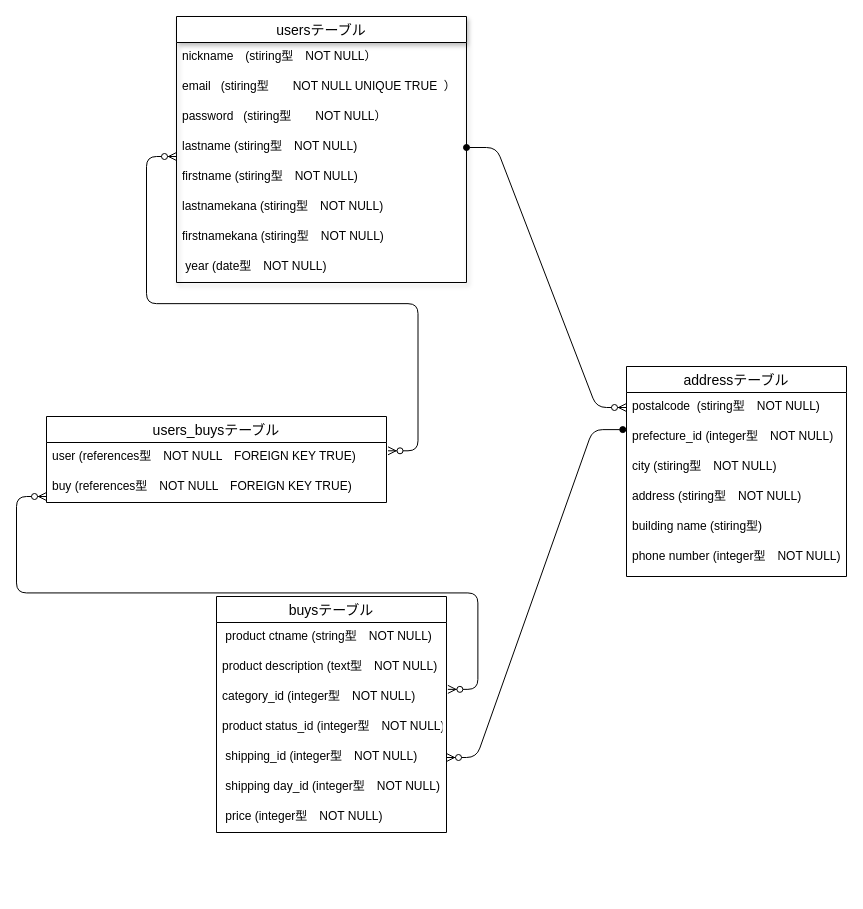
Above: app/views/happy.dio in Akiyoshi7922/furima-35424 (draw.io), before the change. Source tidied: cells renumbered, new cells numbered last; positions are measured from the earlier drawing's top-left corner, leaving out a move shared by most shapes. Both pictures are drawn from the tidied source at 100%, with x=0, y=0 at pixel (46, 16).
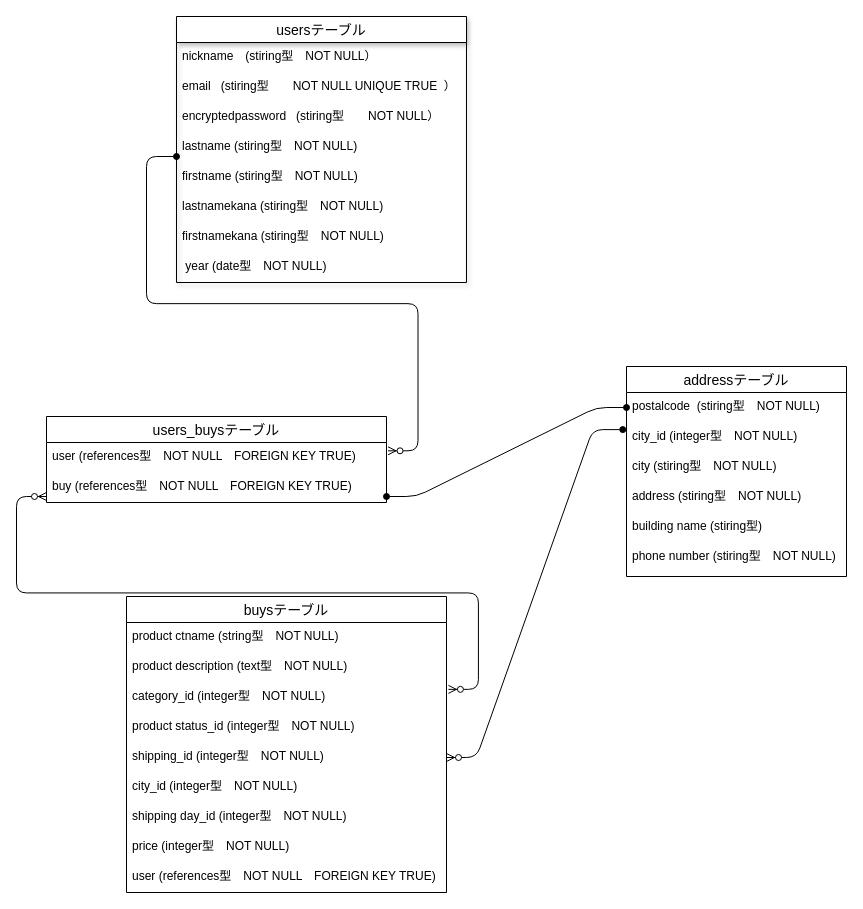
The same diagram, later.

Commit message (it also covers changes not shown here):
修正しました！

The change refers to these unchanged cells:
```xml
<mxCell id="2" value="usersテーブル" style="swimlane;fontStyle=0;horizontal=1;startSize=26;align=center;fontSize=14;shadow=1;" parent="1" vertex="1">
  <mxGeometry x="130" width="290" height="266" as="geometry" />
</mxCell>
<mxCell id="6" value="lastname (stiring型　NOT NULL)&#10;" style="text;strokeColor=none;fillColor=none;spacingLeft=4;spacingRight=4;overflow=hidden;points=[[0,0.5],[1,0.5]];portConstraint=eastwest;fontSize=12;fontStyle=0;" parent="2" vertex="1">
  <mxGeometry y="116" width="290" height="30" as="geometry" />
</mxCell>
<mxCell id="21" value="addressテーブル" style="swimlane;fontStyle=0;horizontal=1;startSize=26;align=center;fontSize=14;" parent="1" vertex="1">
  <mxGeometry x="580" y="350" width="220" height="210" as="geometry" />
</mxCell>
```

The edit, as a diff of the source:
```diff
@@
-    <mxCell id="5" value="password   (stiring型　　NOT NULL）&#10;" style="text;strokeColor=none;fillColor=none;spacingLeft=4;spacingRight=4;overflow=hidden;fontSize=12;fontStyle=0;" parent="2" vertex="1">
+    <mxCell id="5" value="encryptedpassword   (stiring型　　NOT NULL）&#10;" style="text;strokeColor=none;fillColor=none;spacingLeft=4;spacingRight=4;overflow=hidden;fontSize=12;fontStyle=0;" parent="2" vertex="1">
       <mxGeometry y="86" width="290" height="30" as="geometry" />
     </mxCell>
@@
     <mxCell id="11" value="buysテーブル" style="swimlane;fontStyle=0;horizontal=1;startSize=26;align=center;fontSize=14;" parent="1" vertex="1">
-      <mxGeometry x="170" y="580" width="230" height="236" as="geometry" />
+      <mxGeometry x="80" y="580" width="320" height="296" as="geometry" />
     </mxCell>
-    <mxCell id="12" value=" product ctname (string型　NOT NULL)" style="text;strokeColor=none;fillColor=none;spacingLeft=4;spacingRight=4;overflow=hidden;fontSize=12;" parent="11" vertex="1">
-      <mxGeometry y="26" width="230" height="30" as="geometry" />
+    <mxCell id="12" value="product ctname (string型　NOT NULL)" style="text;strokeColor=none;fillColor=none;spacingLeft=4;spacingRight=4;overflow=hidden;fontSize=12;" parent="11" vertex="1">
+      <mxGeometry y="26" width="320" height="30" as="geometry" />
     </mxCell>
     <mxCell id="13" value="product description (text型　NOT NULL)" style="text;strokeColor=none;fillColor=none;spacingLeft=4;spacingRight=4;overflow=hidden;fontSize=12;" parent="11" vertex="1">
-      <mxGeometry y="56" width="230" height="30" as="geometry" />
+      <mxGeometry y="56" width="320" height="30" as="geometry" />
     </mxCell>
     <mxCell id="14" value="category_id (integer型　NOT NULL)" style="text;strokeColor=none;fillColor=none;spacingLeft=4;spacingRight=4;overflow=hidden;points=[[0,0.5],[1,0.5]];portConstraint=eastwest;fontSize=12;" parent="11" vertex="1">
-      <mxGeometry y="86" width="230" height="30" as="geometry" />
+      <mxGeometry y="86" width="320" height="30" as="geometry" />
     </mxCell>
     <mxCell id="15" value="product status_id (integer型　NOT NULL)" style="text;strokeColor=none;fillColor=none;spacingLeft=4;spacingRight=4;overflow=hidden;fontSize=12;" parent="11" vertex="1">
-      <mxGeometry y="116" width="230" height="30" as="geometry" />
+      <mxGeometry y="116" width="320" height="30" as="geometry" />
     </mxCell>
-    <mxCell id="16" value=" shipping_id (integer型　NOT NULL)" style="text;strokeColor=none;fillColor=none;spacingLeft=4;spacingRight=4;overflow=hidden;points=[[0,0.5],[1,0.5]];portConstraint=eastwest;fontSize=12;" parent="11" vertex="1">
-      <mxGeometry y="146" width="230" height="30" as="geometry" />
+    <mxCell id="16" value="shipping_id (integer型　NOT NULL)" style="text;strokeColor=none;fillColor=none;spacingLeft=4;spacingRight=4;overflow=hidden;points=[[0,0.5],[1,0.5]];portConstraint=eastwest;fontSize=12;" parent="11" vertex="1">
+      <mxGeometry y="146" width="320" height="30" as="geometry" />
     </mxCell>
+    <mxCell id="33" value="city_id (integer型　NOT NULL)" style="text;strokeColor=none;fillColor=none;spacingLeft=4;spacingRight=4;overflow=hidden;fontSize=12;" parent="11" vertex="1">
+      <mxGeometry y="176" width="320" height="30" as="geometry" />
+    </mxCell>
-    <mxCell id="17" value=" shipping day_id (integer型　NOT NULL)" style="text;strokeColor=none;fillColor=none;spacingLeft=4;spacingRight=4;overflow=hidden;fontSize=12;" parent="11" vertex="1">
-      <mxGeometry y="176" width="230" height="30" as="geometry" />
+    <mxCell id="17" value="shipping day_id (integer型　NOT NULL)" style="text;strokeColor=none;fillColor=none;spacingLeft=4;spacingRight=4;overflow=hidden;fontSize=12;" parent="11" vertex="1">
+      <mxGeometry y="206" width="320" height="30" as="geometry" />
     </mxCell>
-    <mxCell id="18" value=" price (integer型　NOT NULL)" style="text;strokeColor=none;fillColor=none;spacingLeft=4;spacingRight=4;overflow=hidden;fontSize=12;" parent="11" vertex="1">
-      <mxGeometry y="206" width="230" height="30" as="geometry" />
+    <mxCell id="18" value="price (integer型　NOT NULL)" style="text;strokeColor=none;fillColor=none;spacingLeft=4;spacingRight=4;overflow=hidden;fontSize=12;" parent="11" vertex="1">
+      <mxGeometry y="236" width="320" height="30" as="geometry" />
     </mxCell>
-    <mxCell id="19" style="edgeStyle=entityRelationEdgeStyle;fontSize=12;html=1;endArrow=ERzeroToMany;endFill=1;startArrow=oval;startFill=1;exitX=1;exitY=0.5;exitDx=0;exitDy=0;" parent="1" edge="1" source="6">
-      <mxGeometry relative="1" as="geometry">
-        <mxPoint x="580" y="391" as="targetPoint" />
-      </mxGeometry>
-    </mxCell>
+    <mxCell id="34" value="user (references型　NOT NULL　FOREIGN KEY TRUE)" style="text;strokeColor=none;fillColor=none;spacingLeft=4;spacingRight=4;overflow=hidden;fontSize=12;" parent="11" vertex="1">
+      <mxGeometry y="266" width="320" height="30" as="geometry" />
+    </mxCell>
@@
-    <mxCell id="23" value="prefecture_id (integer型　NOT NULL)&#10;" style="text;strokeColor=none;fillColor=none;spacingLeft=4;spacingRight=4;overflow=hidden;points=[[0,0.5],[1,0.5]];portConstraint=eastwest;fontSize=12;" parent="21" vertex="1">
+    <mxCell id="23" value="city_id (integer型　NOT NULL)&#10;" style="text;strokeColor=none;fillColor=none;spacingLeft=4;spacingRight=4;overflow=hidden;points=[[0,0.5],[1,0.5]];portConstraint=eastwest;fontSize=12;" parent="21" vertex="1">
       <mxGeometry y="56" width="220" height="30" as="geometry" />
     </mxCell>
@@
-    <mxCell id="27" value="phone number (integer型　NOT NULL)&#10;" style="text;strokeColor=none;fillColor=none;spacingLeft=4;spacingRight=4;overflow=hidden;fontSize=12;fontStyle=0;" parent="21" vertex="1">
+    <mxCell id="27" value="phone number (stiring型　NOT NULL)&#10;" style="text;strokeColor=none;fillColor=none;spacingLeft=4;spacingRight=4;overflow=hidden;fontSize=12;fontStyle=0;" parent="21" vertex="1">
       <mxGeometry y="176" width="220" height="34" as="geometry" />
     </mxCell>
@@
-    <mxCell id="31" style="edgeStyle=entityRelationEdgeStyle;fontSize=12;html=1;endArrow=ERzeroToMany;endFill=1;exitX=1.009;exitY=0.086;exitDx=0;exitDy=0;exitPerimeter=0;startArrow=ERzeroToMany;startFill=1;" parent="1" edge="1">
+    <mxCell id="31" style="edgeStyle=entityRelationEdgeStyle;fontSize=12;html=1;endArrow=oval;endFill=1;exitX=1.009;exitY=0.086;exitDx=0;exitDy=0;exitPerimeter=0;startArrow=ERzeroToMany;startFill=1;" parent="1" edge="1">
       <mxGeometry relative="1" as="geometry">
         <mxPoint x="341.5" y="434.3" as="sourcePoint" />
         <mxPoint x="130" y="140" as="targetPoint" />
       </mxGeometry>
     </mxCell>
@@
+    <mxCell id="35" style="edgeStyle=entityRelationEdgeStyle;fontSize=12;html=1;endArrow=oval;startArrow=oval;startFill=1;endFill=1;" parent="1" edge="1">
+      <mxGeometry relative="1" as="geometry">
+        <mxPoint x="340" y="480" as="sourcePoint" />
+        <mxPoint x="580" y="391" as="targetPoint" />
+      </mxGeometry>
+    </mxCell>
```
